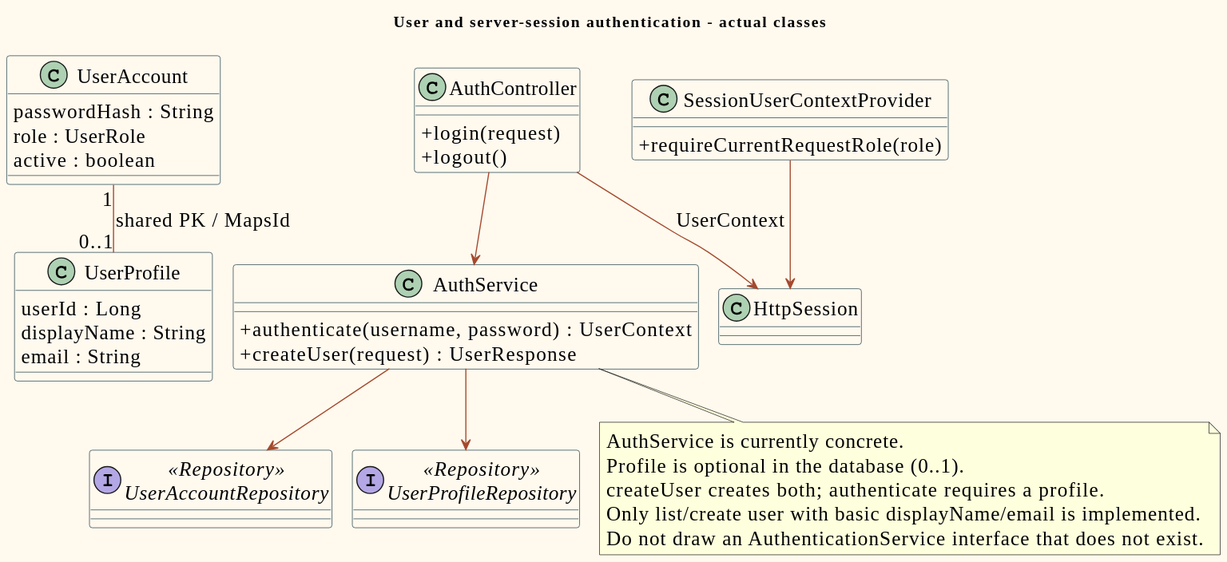
Before: doc/diagrams/previews/class-auth.svg, a diagram exported from PlantUML (PavaritPramual/buffet-restaurant-management-system).
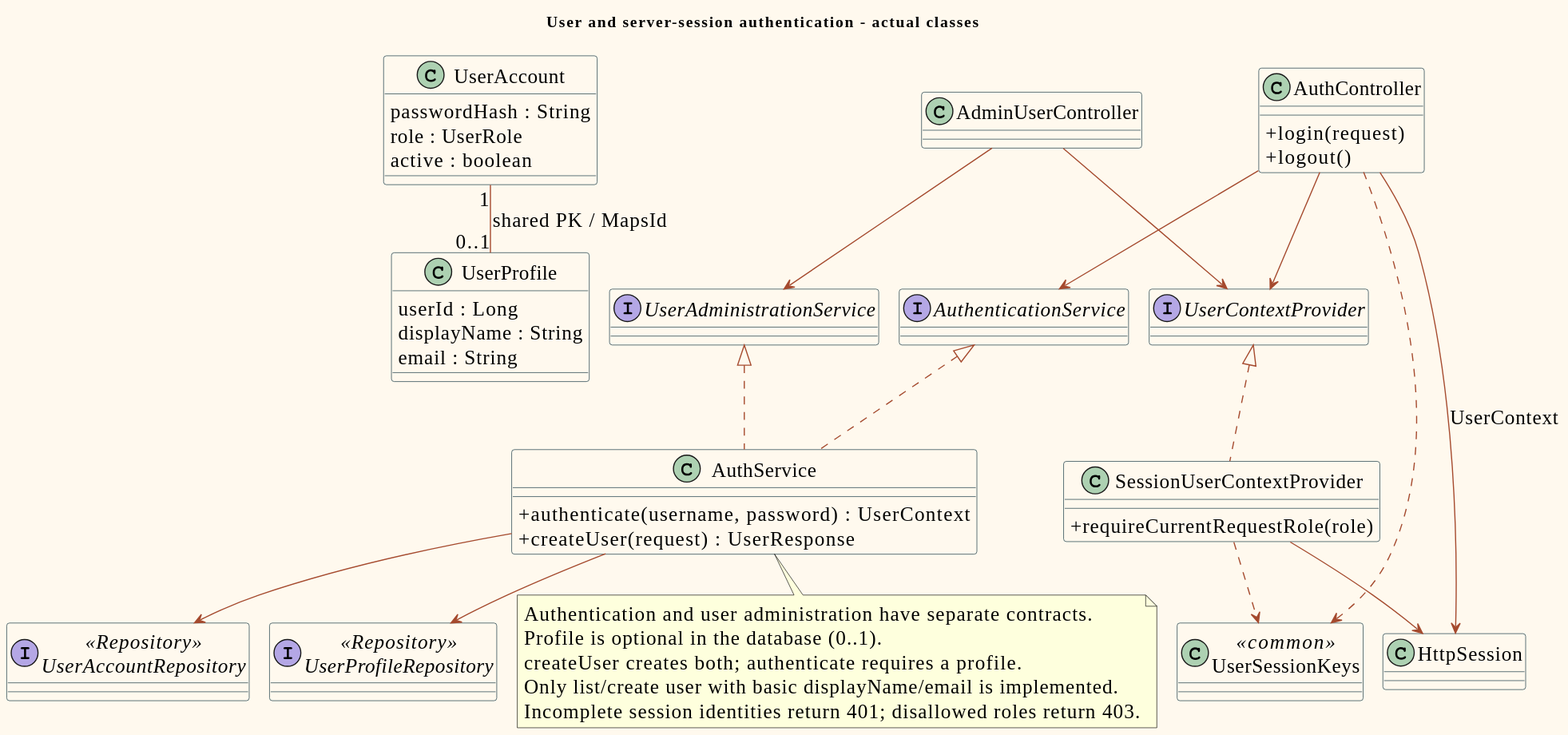
The same diagram one commit later.

Change to the diagram source:
```diff
@@ -37,16 +37,29 @@
 }
 class HttpSession
 UserAccount "1" -- "0..1" UserProfile : shared PK / MapsId
-AuthController --> AuthService
+interface AuthenticationService
+interface UserAdministrationService
+interface UserContextProvider
+class UserSessionKeys <<common>>
+class AdminUserController
+AuthenticationService <|.. AuthService
+UserAdministrationService <|.. AuthService
+UserContextProvider <|.. SessionUserContextProvider
+AuthController --> AuthenticationService
+AuthController --> UserContextProvider
+AdminUserController --> UserAdministrationService
+AdminUserController --> UserContextProvider
+AuthController ..> UserSessionKeys
+SessionUserContextProvider ..> UserSessionKeys
 AuthService --> UserAccountRepository
 AuthService --> UserProfileRepository
 AuthController --> HttpSession : UserContext
 SessionUserContextProvider --> HttpSession
 note bottom of AuthService
-AuthService is currently concrete.
+Authentication and user administration have separate contracts.
 Profile is optional in the database (0..1).
 createUser creates both; authenticate requires a profile.
 Only list/create user with basic displayName/email is implemented.
-Do not draw an AuthenticationService interface that does not exist.
+Incomplete session identities return 401; disallowed roles return 403.
 end note
 @enduml
```
